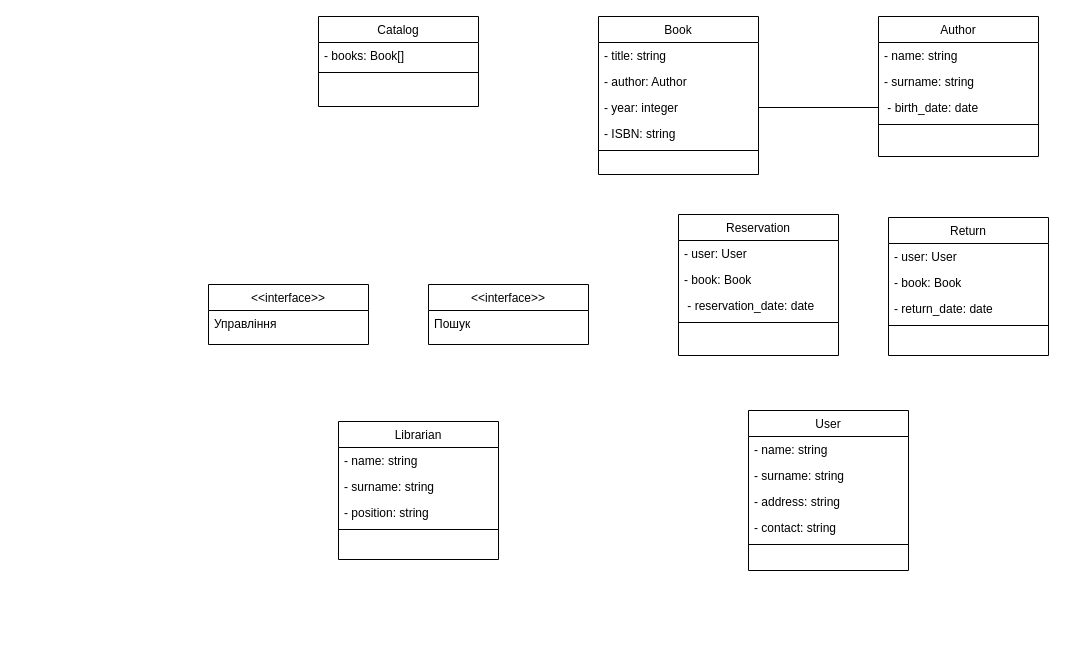
The draw.io diagram ConsoleApplication3/Діаграма без назви.drawio in DmytroBabiak2004/lab3_4.m, before the edit. Source tidied: cells renumbered, new cells numbered last; positions are measured from the earlier drawing's top-left corner, leaving out a move shared by most shapes. Both pictures are drawn from the tidied source at 100%, with x=0, y=0 at pixel (208, 16).
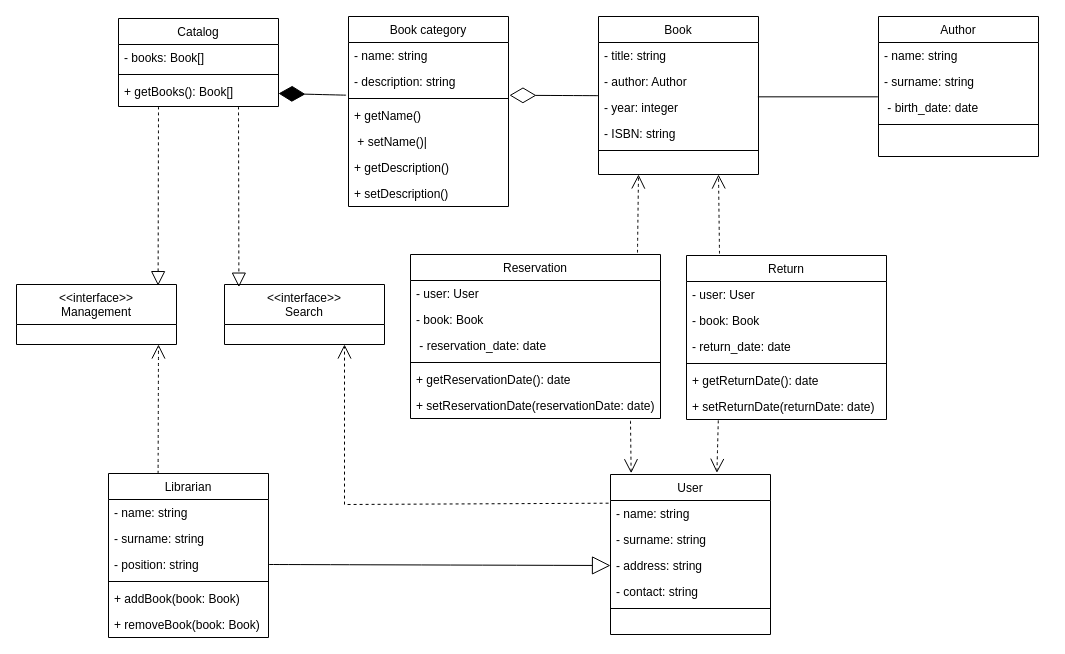
The same page after the edit.

The change refers to these unchanged cells:
```xml
<mxCell id="6" value="- name: string" style="text;align=left;verticalAlign=top;spacingLeft=4;spacingRight=4;overflow=hidden;points=[[0,0.5],[1,0.5]];portConstraint=eastwest;" parent="5" vertex="1">
  <mxGeometry y="26" width="160" height="26" as="geometry" />
</mxCell>
<mxCell id="8" value="- address: string" style="text;align=left;verticalAlign=top;spacingLeft=4;spacingRight=4;overflow=hidden;points=[[0,0.5],[1,0.5]];portConstraint=eastwest;rounded=0;shadow=0;html=0;" parent="5" vertex="1">
  <mxGeometry y="78" width="160" height="26" as="geometry" />
</mxCell>
<mxCell id="21" value="- position: string" style="text;align=left;verticalAlign=top;spacingLeft=4;spacingRight=4;overflow=hidden;points=[[0,0.5],[1,0.5]];portConstraint=eastwest;" parent="18" vertex="1">
  <mxGeometry y="78" width="160" height="26" as="geometry" />
</mxCell>
<mxCell id="30" value="Book         " style="swimlane;fontStyle=0;align=center;verticalAlign=top;horizontal=1;startSize=26;rounded=0;shadow=0;strokeWidth=1;" parent="1" vertex="1">
  <mxGeometry x="390" width="160" height="158" as="geometry" />
</mxCell>
<mxCell id="33" value="- year: integer" style="text;align=left;verticalAlign=top;spacingLeft=4;spacingRight=4;overflow=hidden;points=[[0,0.5],[1,0.5]];portConstraint=eastwest;rounded=0;shadow=0;html=0;" parent="30" vertex="1">
  <mxGeometry y="78" width="160" height="26" as="geometry" />
</mxCell>
<mxCell id="39" value=" - birth_date: date" style="text;align=left;verticalAlign=top;spacingLeft=4;spacingRight=4;overflow=hidden;points=[[0,0.5],[1,0.5]];portConstraint=eastwest;rounded=0;shadow=0;html=0;" parent="36" vertex="1">
  <mxGeometry y="78" width="160" height="26" as="geometry" />
</mxCell>
```

Diff of the diagram source:
```diff
@@
     <mxCell id="2" value="Catalog       " style="swimlane;fontStyle=0;align=center;verticalAlign=top;horizontal=1;startSize=26;rounded=0;shadow=0;strokeWidth=1;" parent="1" vertex="1">
-      <mxGeometry x="110" width="160" height="90" as="geometry" />
+      <mxGeometry x="-90" y="2" width="160" height="88" as="geometry" />
     </mxCell>
@@
+    <mxCell id="42" value="+ getBooks(): Book[] " style="text;align=left;verticalAlign=top;spacingLeft=4;spacingRight=4;overflow=hidden;points=[[0,0.5],[1,0.5]];portConstraint=eastwest;" parent="2" vertex="1">
+      <mxGeometry y="60" width="160" height="26" as="geometry" />
+    </mxCell>
     <mxCell id="5" value="User           " style="swimlane;fontStyle=0;align=center;verticalAlign=top;horizontal=1;startSize=26;rounded=0;shadow=0;strokeWidth=1;" parent="1" vertex="1">
-      <mxGeometry x="540" y="394" width="160" height="160" as="geometry" />
+      <mxGeometry x="402" y="458" width="160" height="160" as="geometry" />
     </mxCell>
@@
     <mxCell id="11" value="Reservation    " style="swimlane;fontStyle=0;align=center;verticalAlign=top;horizontal=1;startSize=26;rounded=0;shadow=0;strokeWidth=1;" parent="1" vertex="1">
-      <mxGeometry x="470" y="198" width="160" height="141" as="geometry" />
+      <mxGeometry x="202" y="238" width="250" height="164" as="geometry" />
     </mxCell>
     <mxCell id="12" value="- user: User " style="text;align=left;verticalAlign=top;spacingLeft=4;spacingRight=4;overflow=hidden;" parent="11" vertex="1">
-      <mxGeometry y="26" width="160" height="26" as="geometry" />
+      <mxGeometry y="26" width="250" height="26" as="geometry" />
     </mxCell>
     <mxCell id="13" value="- book: Book " style="text;align=left;verticalAlign=top;spacingLeft=4;spacingRight=4;overflow=hidden;rounded=0;shadow=0;html=0;" parent="11" vertex="1">
-      <mxGeometry y="52" width="160" height="26" as="geometry" />
+      <mxGeometry y="52" width="250" height="26" as="geometry" />
     </mxCell>
     <mxCell id="14" value=" - reservation_date: date" style="text;align=left;verticalAlign=top;spacingLeft=4;spacingRight=4;overflow=hidden;rounded=0;shadow=0;html=0;" parent="11" vertex="1">
-      <mxGeometry y="78" width="160" height="26" as="geometry" />
+      <mxGeometry y="78" width="250" height="26" as="geometry" />
     </mxCell>
     <mxCell id="15" style="line;html=1;strokeWidth=1;align=left;verticalAlign=middle;spacingTop=-1;spacingLeft=3;spacingRight=3;labelPosition=right;" parent="11" vertex="1">
-      <mxGeometry y="104" width="160" height="8" as="geometry" />
+      <mxGeometry y="104" width="250" height="8" as="geometry" />
     </mxCell>
+    <mxCell id="43" value="+ getReservationDate(): date " style="text;align=left;verticalAlign=top;spacingLeft=4;spacingRight=4;overflow=hidden;rounded=0;shadow=0;html=0;" parent="11" vertex="1">
+      <mxGeometry y="112" width="250" height="26" as="geometry" />
+    </mxCell>
+    <mxCell id="44" value="+ setReservationDate(reservationDate: date)" style="text;align=left;verticalAlign=top;spacingLeft=4;spacingRight=4;overflow=hidden;points=[[0,0.5],[1,0.5]];portConstraint=eastwest;rounded=0;shadow=0;html=0;" parent="11" vertex="1">
+      <mxGeometry y="138" width="250" height="26" as="geometry" />
+    </mxCell>
-    <mxCell id="16" value="&lt;&lt;interface&gt;&gt;&#10;" style="swimlane;fontStyle=0;align=center;verticalAlign=top;horizontal=1;startSize=26;rounded=0;shadow=0;strokeWidth=1;" parent="1" vertex="1">
-      <mxGeometry y="268" width="160" height="60" as="geometry" />
+    <mxCell id="16" value="&lt;&lt;interface&gt;&gt;&#10;Management&#10;&#10;" style="swimlane;fontStyle=0;align=center;verticalAlign=top;horizontal=1;startSize=40;rounded=0;shadow=0;strokeWidth=1;" parent="1" vertex="1">
+      <mxGeometry x="-192" y="268" width="160" height="60" as="geometry" />
     </mxCell>
-    <mxCell id="17" value="Управління" style="text;align=left;verticalAlign=top;spacingLeft=4;spacingRight=4;overflow=hidden;" parent="16" vertex="1">
-      <mxGeometry y="26" width="160" height="26" as="geometry" />
-    </mxCell>
     <mxCell id="18" value="Librarian       " style="swimlane;fontStyle=0;align=center;verticalAlign=top;horizontal=1;startSize=26;rounded=0;shadow=0;strokeWidth=1;" parent="1" vertex="1">
-      <mxGeometry x="130" y="405" width="160" height="138" as="geometry" />
+      <mxGeometry x="-100" y="457" width="160" height="164" as="geometry" />
     </mxCell>
@@
+    <mxCell id="45" value="+ addBook(book: Book) " style="text;align=left;verticalAlign=top;spacingLeft=4;spacingRight=4;overflow=hidden;" parent="18" vertex="1">
+      <mxGeometry y="112" width="160" height="26" as="geometry" />
+    </mxCell>
+    <mxCell id="46" value="+ removeBook(book: Book)" style="text;align=left;verticalAlign=top;spacingLeft=4;spacingRight=4;overflow=hidden;" parent="18" vertex="1">
+      <mxGeometry y="138" width="160" height="26" as="geometry" />
+    </mxCell>
     <mxCell id="23" value="Return         " style="swimlane;fontStyle=0;align=center;verticalAlign=top;horizontal=1;startSize=26;rounded=0;shadow=0;strokeWidth=1;" parent="1" vertex="1">
-      <mxGeometry x="680" y="201" width="160" height="138" as="geometry" />
+      <mxGeometry x="478" y="239" width="200" height="164" as="geometry" />
     </mxCell>
     <mxCell id="24" value="- user: User" style="text;align=left;verticalAlign=top;spacingLeft=4;spacingRight=4;overflow=hidden;" parent="23" vertex="1">
-      <mxGeometry y="26" width="160" height="26" as="geometry" />
+      <mxGeometry y="26" width="200" height="26" as="geometry" />
     </mxCell>
     <mxCell id="25" value="- book: Book" style="text;align=left;verticalAlign=top;spacingLeft=4;spacingRight=4;overflow=hidden;rounded=0;shadow=0;html=0;" parent="23" vertex="1">
-      <mxGeometry y="52" width="160" height="26" as="geometry" />
+      <mxGeometry y="52" width="200" height="26" as="geometry" />
     </mxCell>
     <mxCell id="26" value="- return_date: date" style="text;align=left;verticalAlign=top;spacingLeft=4;spacingRight=4;overflow=hidden;rounded=0;shadow=0;html=0;" parent="23" vertex="1">
-      <mxGeometry y="78" width="160" height="26" as="geometry" />
+      <mxGeometry y="78" width="200" height="26" as="geometry" />
     </mxCell>
     <mxCell id="27" style="line;html=1;strokeWidth=1;align=left;verticalAlign=middle;spacingTop=-1;spacingLeft=3;spacingRight=3;labelPosition=right;" parent="23" vertex="1">
-      <mxGeometry y="104" width="160" height="8" as="geometry" />
+      <mxGeometry y="104" width="200" height="8" as="geometry" />
     </mxCell>
+    <mxCell id="47" value="+ getReturnDate(): date" style="text;align=left;verticalAlign=top;spacingLeft=4;spacingRight=4;overflow=hidden;rounded=0;shadow=0;html=0;" parent="23" vertex="1">
+      <mxGeometry y="112" width="200" height="26" as="geometry" />
+    </mxCell>
+    <mxCell id="48" value="+ setReturnDate(returnDate: date)" style="text;align=left;verticalAlign=top;spacingLeft=4;spacingRight=4;overflow=hidden;points=[[0,0.5],[1,0.5]];portConstraint=eastwest;rounded=0;shadow=0;html=0;" parent="23" vertex="1">
+      <mxGeometry y="138" width="200" height="26" as="geometry" />
+    </mxCell>
-    <mxCell id="28" value="&lt;&lt;interface&gt;&gt;&#10;" style="swimlane;fontStyle=0;align=center;verticalAlign=top;horizontal=1;startSize=26;rounded=0;shadow=0;strokeWidth=1;" parent="1" vertex="1">
-      <mxGeometry x="220" y="268" width="160" height="60" as="geometry" />
+    <mxCell id="28" value="&lt;&lt;interface&gt;&gt;&#10;Search&#10;" style="swimlane;fontStyle=0;align=center;verticalAlign=top;horizontal=1;startSize=40;rounded=0;shadow=0;strokeWidth=1;" parent="1" vertex="1">
+      <mxGeometry x="16" y="268" width="160" height="60" as="geometry" />
     </mxCell>
-    <mxCell id="29" value="Пошук" style="text;align=left;verticalAlign=top;spacingLeft=4;spacingRight=4;overflow=hidden;" parent="28" vertex="1">
-      <mxGeometry y="26" width="160" height="26" as="geometry" />
-    </mxCell>
@@
-    <mxCell id="41" style="endArrow=none;html=1;rounded=0;exitX=1;exitY=0.5;exitDx=0;exitDy=0;entryX=0;entryY=0.5;entryDx=0;entryDy=0;" parent="1" edge="1" source="33" target="39">
+    <mxCell id="41" style="endArrow=none;html=1;rounded=0;exitX=0.996;exitY=0.09;exitDx=0;exitDy=0;entryX=-0.004;entryY=0.09;entryDx=0;entryDy=0;exitPerimeter=0;entryPerimeter=0;" parent="1" edge="1" source="33" target="39">
       <mxGeometry relative="1" as="geometry" />
     </mxCell>
+    <mxCell id="49" style="endArrow=diamondThin;endFill=0;endSize=24;html=1;rounded=0;fontSize=12;curved=1;exitX=-0.004;exitY=0.045;exitDx=0;exitDy=0;exitPerimeter=0;entryX=1.006;entryY=0.098;entryDx=0;entryDy=0;entryPerimeter=0;" parent="1" edge="1" source="33" target="55">
+      <mxGeometry relative="1" as="geometry" />
+    </mxCell>
+    <mxCell id="50" style="endArrow=block;dashed=1;endFill=0;endSize=12;html=1;rounded=0;fontSize=12;curved=1;exitX=0.75;exitY=1;exitDx=0;exitDy=0;entryX=0.09;entryY=0.044;entryDx=0;entryDy=0;entryPerimeter=0;" parent="1" edge="1" source="2" target="28">
+      <mxGeometry relative="1" as="geometry" />
+    </mxCell>
+    <mxCell id="51" style="endArrow=block;dashed=1;endFill=0;endSize=12;html=1;rounded=0;fontSize=12;curved=1;exitX=0.25;exitY=1;exitDx=0;exitDy=0;entryX=0.885;entryY=0.019;entryDx=0;entryDy=0;entryPerimeter=0;" parent="1" edge="1" source="2" target="16">
+      <mxGeometry relative="1" as="geometry" />
+    </mxCell>
+    <mxCell id="52" value="Book category" style="swimlane;fontStyle=0;align=center;verticalAlign=top;horizontal=1;startSize=26;rounded=0;shadow=0;strokeWidth=1;" parent="1" vertex="1">
+      <mxGeometry x="140" width="160" height="190" as="geometry" />
+    </mxCell>
+    <mxCell id="53" value="- name: string " style="text;align=left;verticalAlign=top;spacingLeft=4;spacingRight=4;overflow=hidden;" parent="52" vertex="1">
+      <mxGeometry y="26" width="160" height="26" as="geometry" />
+    </mxCell>
+    <mxCell id="54" value="- description: string" style="text;align=left;verticalAlign=top;spacingLeft=4;spacingRight=4;overflow=hidden;points=[[0,0.5],[1,0.5]];portConstraint=eastwest;" parent="52" vertex="1">
+      <mxGeometry y="52" width="160" height="26" as="geometry" />
+    </mxCell>
+    <mxCell id="55" style="line;html=1;strokeWidth=1;align=left;verticalAlign=middle;spacingTop=-1;spacingLeft=3;spacingRight=3;labelPosition=right;points=[];portConstraint=eastwest;" parent="52" vertex="1">
+      <mxGeometry y="78" width="160" height="8" as="geometry" />
+    </mxCell>
+    <mxCell id="56" value="+ getName()" style="text;align=left;verticalAlign=top;spacingLeft=4;spacingRight=4;overflow=hidden;" parent="52" vertex="1">
+      <mxGeometry y="86" width="160" height="26" as="geometry" />
+    </mxCell>
+    <mxCell id="57" value=" + setName()|" style="text;align=left;verticalAlign=top;spacingLeft=4;spacingRight=4;overflow=hidden;" parent="52" vertex="1">
+      <mxGeometry y="112" width="160" height="26" as="geometry" />
+    </mxCell>
+    <mxCell id="58" value="+ getDescription() " style="text;align=left;verticalAlign=top;spacingLeft=4;spacingRight=4;overflow=hidden;" parent="52" vertex="1">
+      <mxGeometry y="138" width="160" height="26" as="geometry" />
+    </mxCell>
+    <mxCell id="59" value="+ setDescription()" style="text;align=left;verticalAlign=top;spacingLeft=4;spacingRight=4;overflow=hidden;" parent="52" vertex="1">
+      <mxGeometry y="164" width="160" height="26" as="geometry" />
+    </mxCell>
+    <mxCell id="60" style="endArrow=diamondThin;endFill=1;endSize=24;html=1;rounded=0;fontSize=12;curved=1;exitX=-0.015;exitY=1.026;exitDx=0;exitDy=0;exitPerimeter=0;" parent="1" edge="1" source="54" target="42">
+      <mxGeometry relative="1" as="geometry" />
+    </mxCell>
+    <mxCell id="61" style="endArrow=open;endSize=12;dashed=1;html=1;rounded=0;fontSize=12;curved=1;exitX=0.908;exitY=-0.012;exitDx=0;exitDy=0;exitPerimeter=0;entryX=0.25;entryY=1;entryDx=0;entryDy=0;" parent="1" edge="1" source="11" target="30">
+      <mxGeometry x="-0.04" y="49" relative="1" as="geometry" />
+    </mxCell>
+    <mxCell id="62" style="endArrow=open;endSize=12;dashed=1;html=1;rounded=0;fontSize=12;curved=1;exitX=0.165;exitY=-0.012;exitDx=0;exitDy=0;exitPerimeter=0;entryX=0.75;entryY=1;entryDx=0;entryDy=0;" parent="1" edge="1" source="23" target="30">
+      <mxGeometry relative="1" as="geometry" />
+    </mxCell>
+    <mxCell id="63" style="endArrow=open;endSize=12;dashed=1;html=1;rounded=0;fontSize=12;curved=1;exitX=0.88;exitY=1.089;exitDx=0;exitDy=0;exitPerimeter=0;entryX=0.129;entryY=-0.008;entryDx=0;entryDy=0;entryPerimeter=0;" parent="1" edge="1" source="44" target="5">
+      <mxGeometry x="-0.04" y="49" relative="1" as="geometry" />
+    </mxCell>
+    <mxCell id="64" style="endArrow=open;endSize=12;dashed=1;html=1;rounded=0;fontSize=12;curved=1;exitX=0.159;exitY=1.036;exitDx=0;exitDy=0;exitPerimeter=0;entryX=0.665;entryY=-0.01;entryDx=0;entryDy=0;entryPerimeter=0;" parent="1" edge="1" source="48" target="5">
+      <mxGeometry x="-0.04" y="49" relative="1" as="geometry" />
+    </mxCell>
+    <mxCell id="65" style="endArrow=block;endSize=16;endFill=0;html=1;rounded=0;fontSize=12;curved=1;exitX=1;exitY=0.5;exitDx=0;exitDy=0;entryX=0;entryY=0.5;entryDx=0;entryDy=0;" parent="1" edge="1" source="21" target="8">
+      <mxGeometry x="-0.36" y="78" relative="1" as="geometry" />
+    </mxCell>
+    <mxCell id="66" style="endArrow=open;endSize=12;dashed=1;html=1;rounded=0;fontSize=12;curved=1;exitX=0.31;exitY=0;exitDx=0;exitDy=0;exitPerimeter=0;" parent="1" edge="1" source="18">
+      <mxGeometry x="-0.04" y="49" relative="1" as="geometry">
+        <mxPoint x="-50" y="328" as="targetPoint" />
+      </mxGeometry>
+    </mxCell>
+    <mxCell id="67" style="endArrow=open;endSize=12;dashed=1;html=1;rounded=0;entryX=0.75;entryY=1;entryDx=0;entryDy=0;exitX=-0.012;exitY=0.104;exitDx=0;exitDy=0;exitPerimeter=0;" parent="1" edge="1" source="6" target="28">
+      <mxGeometry relative="1" as="geometry">
+        <Array as="points">
+          <mxPoint x="136" y="488" />
+        </Array>
+      </mxGeometry>
+    </mxCell>
```
